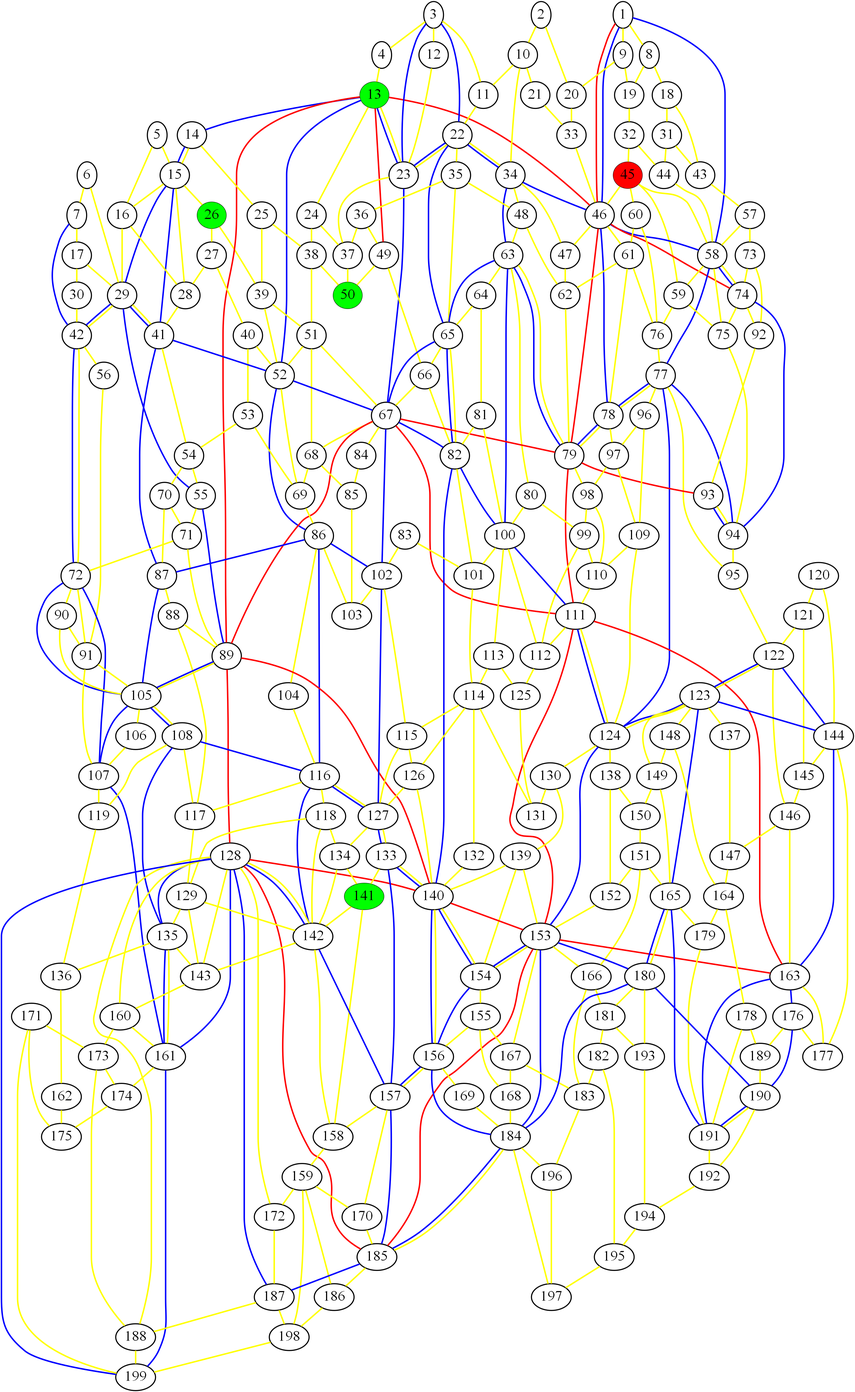
Above: initial_graph.png in ed-churchill/complex-systems-project (Graphviz), before the change. Its source is kept beside it as initial_graph.gv.
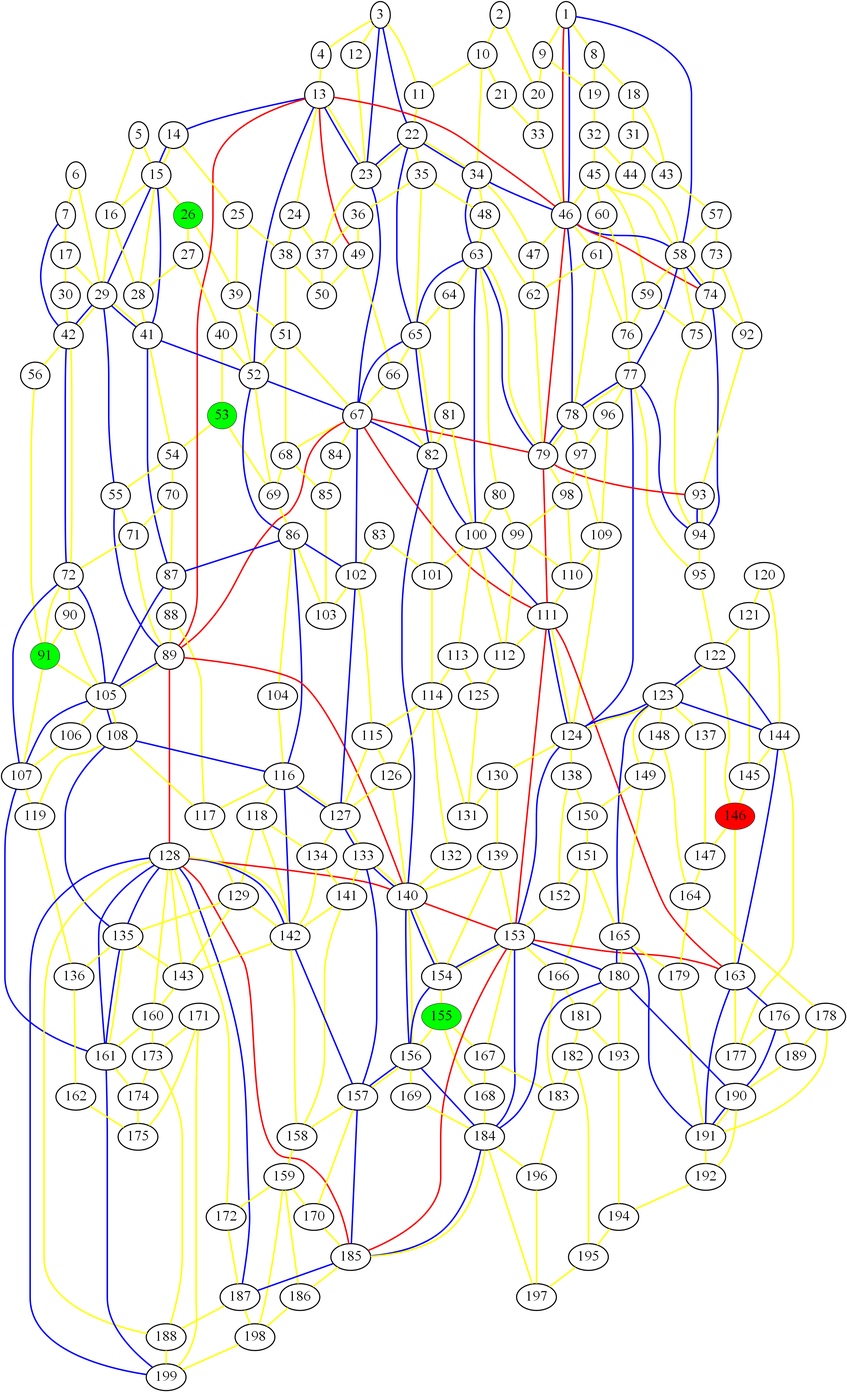
Later version of the same file.

Change to the diagram source:
```diff
@@ -1,9 +1,9 @@
 graph london_graph {
-45 [fillcolor=red, fontsize=40, pendwidth=3, style=filled];
-141 [fillcolor=green, fontsize=40, pendwidth=3, style=filled];
+146 [fillcolor=red, fontsize=40, pendwidth=3, style=filled];
+155 [fillcolor=green, fontsize=40, pendwidth=3, style=filled];
 26 [fillcolor=green, fontsize=40, pendwidth=3, style=filled];
-50 [fillcolor=green, fontsize=40, pendwidth=3, style=filled];
-13 [fillcolor=green, fontsize=40, pendwidth=3, style=filled];
+91 [fillcolor=green, fontsize=40, pendwidth=3, style=filled];
+53 [fillcolor=green, fontsize=40, pendwidth=3, style=filled];
 1 [fontsize=40, penwidth=3];
 2 [fontsize=40, penwidth=3];
 3 [fontsize=40, penwidth=3];
@@ -16,6 +16,7 @@
 10 [fontsize=40, penwidth=3];
 11 [fontsize=40, penwidth=3];
 12 [fontsize=40, penwidth=3];
+13 [fontsize=40, penwidth=3];
 14 [fontsize=40, penwidth=3];
 15 [fontsize=40, penwidth=3];
 16 [fontsize=40, penwidth=3];
@@ -46,13 +47,14 @@
 42 [fontsize=40, penwidth=3];
 43 [fontsize=40, penwidth=3];
 44 [fontsize=40, penwidth=3];
+45 [fontsize=40, penwidth=3];
 46 [fontsize=40, penwidth=3];
 47 [fontsize=40, penwidth=3];
 48 [fontsize=40, penwidth=3];
 49 [fontsize=40, penwidth=3];
+50 [fontsize=40, penwidth=3];
 51 [fontsize=40, penwidth=3];
 52 [fontsize=40, penwidth=3];
-53 [fontsize=40, penwidth=3];
 54 [fontsize=40, penwidth=3];
 55 [fontsize=40, penwidth=3];
 56 [fontsize=40, penwidth=3];
@@ -90,7 +92,6 @@
 88 [fontsize=40, penwidth=3];
 89 [fontsize=40, penwidth=3];
 90 [fontsize=40, penwidth=3];
-91 [fontsize=40, penwidth=3];
 92 [fontsize=40, penwidth=3];
 93 [fontsize=40, penwidth=3];
 94 [fontsize=40, penwidth=3];
@@ -140,11 +141,11 @@
 138 [fontsize=40, penwidth=3];
 139 [fontsize=40, penwidth=3];
 140 [fontsize=40, penwidth=3];
+141 [fontsize=40, penwidth=3];
 142 [fontsize=40, penwidth=3];
 143 [fontsize=40, penwidth=3];
 144 [fontsize=40, penwidth=3];
 145 [fontsize=40, penwidth=3];
-146 [fontsize=40, penwidth=3];
 147 [fontsize=40, penwidth=3];
 148 [fontsize=40, penwidth=3];
 149 [fontsize=40, penwidth=3];
@@ -153,7 +154,6 @@
 152 [fontsize=40, penwidth=3];
 153 [fontsize=40, penwidth=3];
 154 [fontsize=40, penwidth=3];
-155 [fontsize=40, penwidth=3];
 156 [fontsize=40, penwidth=3];
 157 [fontsize=40, penwidth=3];
 158 [fontsize=40, penwidth=3];
```
